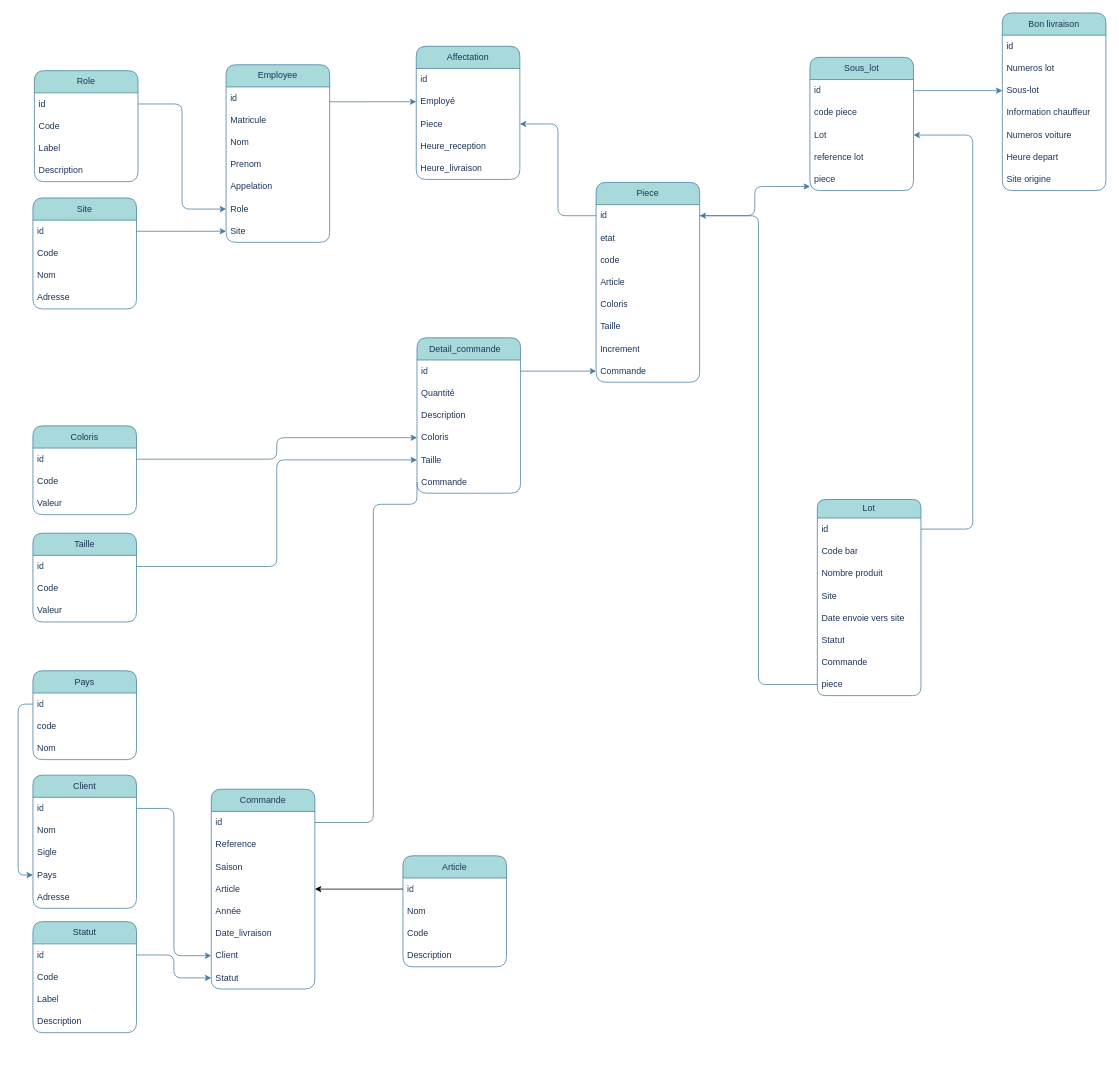
petit-vps/sample keeps this draw.io diagram as Diagramme sans nom.drawio. Above is the earlier version. Source tidied: cells renumbered, new cells numbered last; positions are measured from the earlier drawing's top-left corner, leaving out a move shared by most shapes. Both pictures are drawn from the tidied source at 74%, with x=0, y=0 at pixel (33, 13).
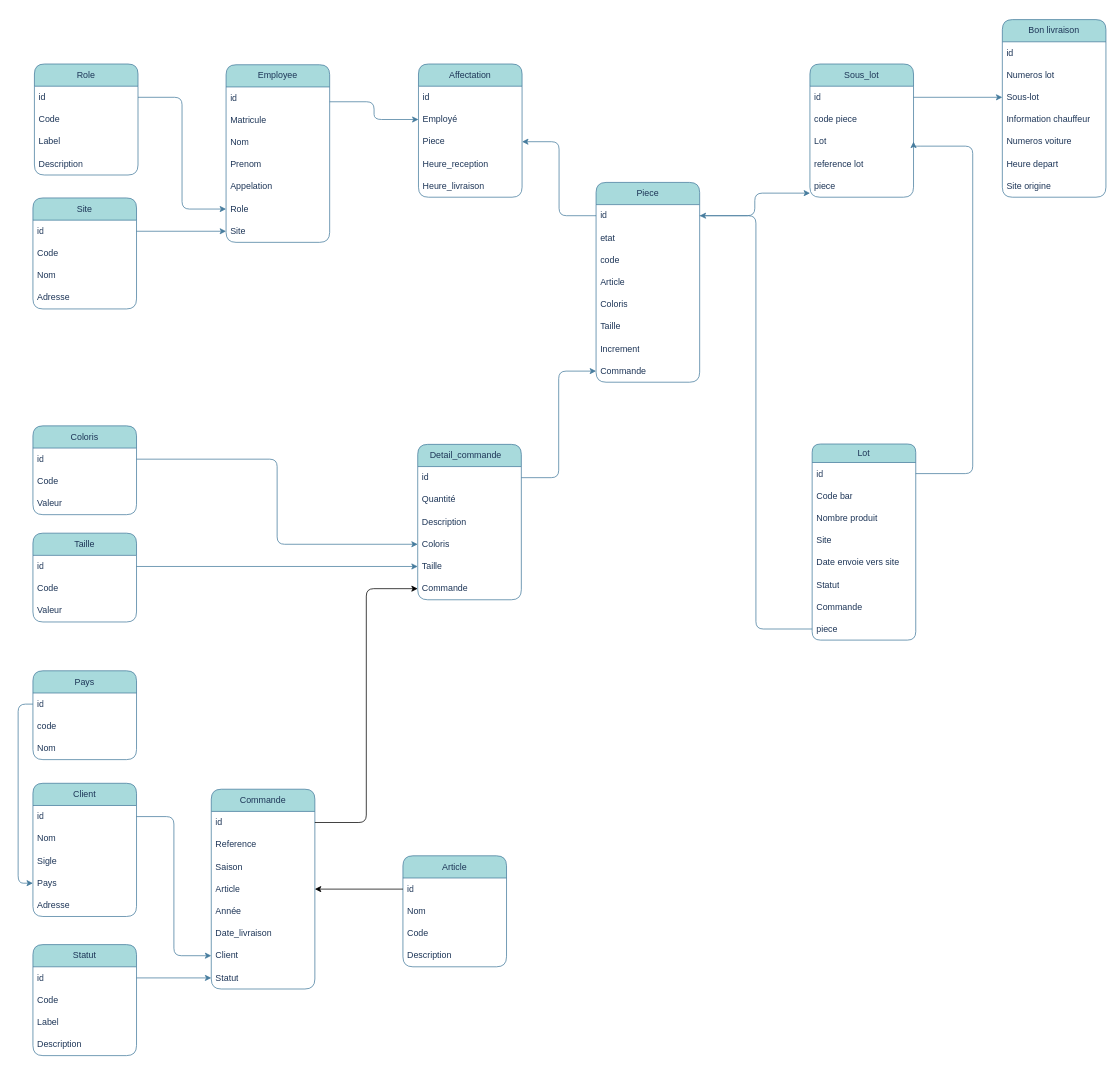
The same page after the edit.

Commit message:
perform diagram placement

Unchanged cells that the change refers to:
```xml
<mxCell id="21" value="id" style="text;strokeColor=none;fillColor=none;align=left;verticalAlign=middle;spacingLeft=4;spacingRight=4;overflow=hidden;points=[[0,0.5],[1,0.5]];portConstraint=eastwest;whiteSpace=wrap;html=1;rounded=1;labelBackgroundColor=none;fontColor=#1D3557;" parent="20" vertex="1">
  <mxGeometry y="30" width="140" height="30" as="geometry" />
</mxCell>
<mxCell id="41" value="Commande" style="text;strokeColor=none;fillColor=none;align=left;verticalAlign=middle;spacingLeft=4;spacingRight=4;overflow=hidden;points=[[0,0.5],[1,0.5]];portConstraint=eastwest;whiteSpace=wrap;html=1;rounded=1;labelBackgroundColor=none;fontColor=#1D3557;" parent="35" vertex="1">
  <mxGeometry y="180" width="140" height="30" as="geometry" />
</mxCell>
<mxCell id="70" value="&lt;div&gt;id&lt;/div&gt;" style="text;strokeColor=none;fillColor=none;align=left;verticalAlign=middle;spacingLeft=4;spacingRight=4;overflow=hidden;points=[[0,0.5],[1,0.5]];portConstraint=eastwest;whiteSpace=wrap;html=1;rounded=1;labelBackgroundColor=none;fontColor=#1D3557;" parent="69" vertex="1">
  <mxGeometry y="25" width="140" height="30" as="geometry" />
</mxCell>
<mxCell id="89" value="&lt;div&gt;Lot&lt;/div&gt;" style="text;strokeColor=none;fillColor=none;align=left;verticalAlign=middle;spacingLeft=4;spacingRight=4;overflow=hidden;points=[[0,0.5],[1,0.5]];portConstraint=eastwest;whiteSpace=wrap;html=1;rounded=1;labelBackgroundColor=none;fontColor=#1D3557;" parent="86" vertex="1">
  <mxGeometry y="90" width="140" height="30" as="geometry" />
</mxCell>
```

Diff of the diagram source:
```diff
@@
     <mxCell id="10" value="Role" style="swimlane;fontStyle=0;horizontal=1;startSize=30;whiteSpace=wrap;html=1;fillColor=#A8DADC;strokeColor=#457B9D;rounded=1;labelBackgroundColor=none;fontColor=#1D3557;" parent="1" vertex="1">
-      <mxGeometry x="2" y="78" width="140" height="150" as="geometry" />
+      <mxGeometry x="2" y="69" width="140" height="150" as="geometry" />
     </mxCell>
@@
     <mxCell id="29" value="Client" style="swimlane;fontStyle=0;horizontal=1;startSize=30;whiteSpace=wrap;html=1;fillColor=#A8DADC;strokeColor=#457B9D;rounded=1;labelBackgroundColor=none;fontColor=#1D3557;" parent="1" vertex="1">
-      <mxGeometry y="1030" width="140" height="180" as="geometry" />
+      <mxGeometry y="1041" width="140" height="180" as="geometry" />
     </mxCell>
@@
     <mxCell id="35" value="Detail_commande&lt;span style=&quot;white-space: pre;&quot;&gt;&#9;&lt;/span&gt;" style="swimlane;fontStyle=0;horizontal=1;startSize=30;whiteSpace=wrap;html=1;fillColor=#A8DADC;strokeColor=#457B9D;rounded=1;labelBackgroundColor=none;fontColor=#1D3557;" parent="1" vertex="1">
-      <mxGeometry x="519" y="439" width="140" height="210" as="geometry" />
+      <mxGeometry x="520" y="583" width="140" height="210" as="geometry" />
     </mxCell>
@@
     <mxCell id="64" value="Statut" style="swimlane;fontStyle=0;horizontal=1;startSize=30;whiteSpace=wrap;html=1;fillColor=#A8DADC;strokeColor=#457B9D;rounded=1;labelBackgroundColor=none;fontColor=#1D3557;" parent="1" vertex="1">
-      <mxGeometry y="1228" width="140" height="150" as="geometry" />
+      <mxGeometry y="1259" width="140" height="150" as="geometry" />
     </mxCell>
@@
     <mxCell id="69" value="Lot" style="swimlane;fontStyle=0;horizontal=1;startSize=25;whiteSpace=wrap;html=1;fillColor=#A8DADC;strokeColor=#457B9D;rounded=1;labelBackgroundColor=none;fontColor=#1D3557;" parent="1" vertex="1">
-      <mxGeometry x="1060" y="657.5" width="140" height="265" as="geometry" />
+      <mxGeometry x="1053" y="582.5" width="140" height="265" as="geometry" />
     </mxCell>
@@
     <mxCell id="78" value="Bon livraison" style="swimlane;fontStyle=0;horizontal=1;startSize=30;whiteSpace=wrap;html=1;fillColor=#A8DADC;strokeColor=#457B9D;rounded=1;labelBackgroundColor=none;fontColor=#1D3557;" parent="1" vertex="1">
-      <mxGeometry x="1310" width="140" height="240" as="geometry" />
+      <mxGeometry x="1310" y="9" width="140" height="240" as="geometry" />
     </mxCell>
@@
     <mxCell id="86" value="Sous_lot" style="swimlane;fontStyle=0;horizontal=1;startSize=30;whiteSpace=wrap;html=1;fillColor=#A8DADC;strokeColor=#457B9D;rounded=1;labelBackgroundColor=none;fontColor=#1D3557;" parent="1" vertex="1">
-      <mxGeometry x="1050" y="60" width="140" height="180" as="geometry" />
+      <mxGeometry x="1050" y="69" width="140" height="180" as="geometry" />
     </mxCell>
@@
-    <mxCell id="98" style="rounded=1;jettySize=auto;html=1;entryX=0;entryY=0.5;entryDx=0;entryDy=0;strokeColor=#457B9D;endArrow=none;endFill=0;edgeStyle=orthogonalEdgeStyle;labelBackgroundColor=none;fontColor=default;" parent="1" edge="1" source="21" target="41">
-      <mxGeometry relative="1" as="geometry">
-        <Array as="points">
-          <mxPoint x="460" y="1094" />
-          <mxPoint x="460" y="664" />
-        </Array>
-      </mxGeometry>
-    </mxCell>
@@
     <mxCell id="101" value="Affectation" style="swimlane;fontStyle=0;horizontal=1;startSize=30;whiteSpace=wrap;html=1;fillColor=#A8DADC;strokeColor=#457B9D;rounded=1;labelBackgroundColor=none;fontColor=#1D3557;" parent="1" vertex="1">
-      <mxGeometry x="518" y="45" width="140" height="180" as="geometry" />
+      <mxGeometry x="521" y="69" width="140" height="180" as="geometry" />
     </mxCell>
@@
     <mxCell id="115" style="edgeStyle=orthogonalEdgeStyle;rounded=1;jettySize=auto;html=1;exitX=1;exitY=0.5;exitDx=0;exitDy=0;entryX=1;entryY=0.5;entryDx=0;entryDy=0;strokeColor=#457B9D;fontColor=#1D3557;fillColor=#A8DADC;" parent="1" edge="1" source="70" target="89">
       <mxGeometry relative="1" as="geometry">
         <Array as="points">
-          <mxPoint x="1270" y="697" />
-          <mxPoint x="1270" y="165" />
+          <mxPoint x="1270" y="623" />
+          <mxPoint x="1270" y="180" />
+          <mxPoint x="1190" y="180" />
         </Array>
       </mxGeometry>
     </mxCell>
@@
+    <mxCell id="98" style="edgeStyle=orthogonalEdgeStyle;rounded=1;jettySize=auto;html=1;" parent="1" edge="1" source="21" target="41">
+      <mxGeometry relative="1" as="geometry" />
+    </mxCell>
```
